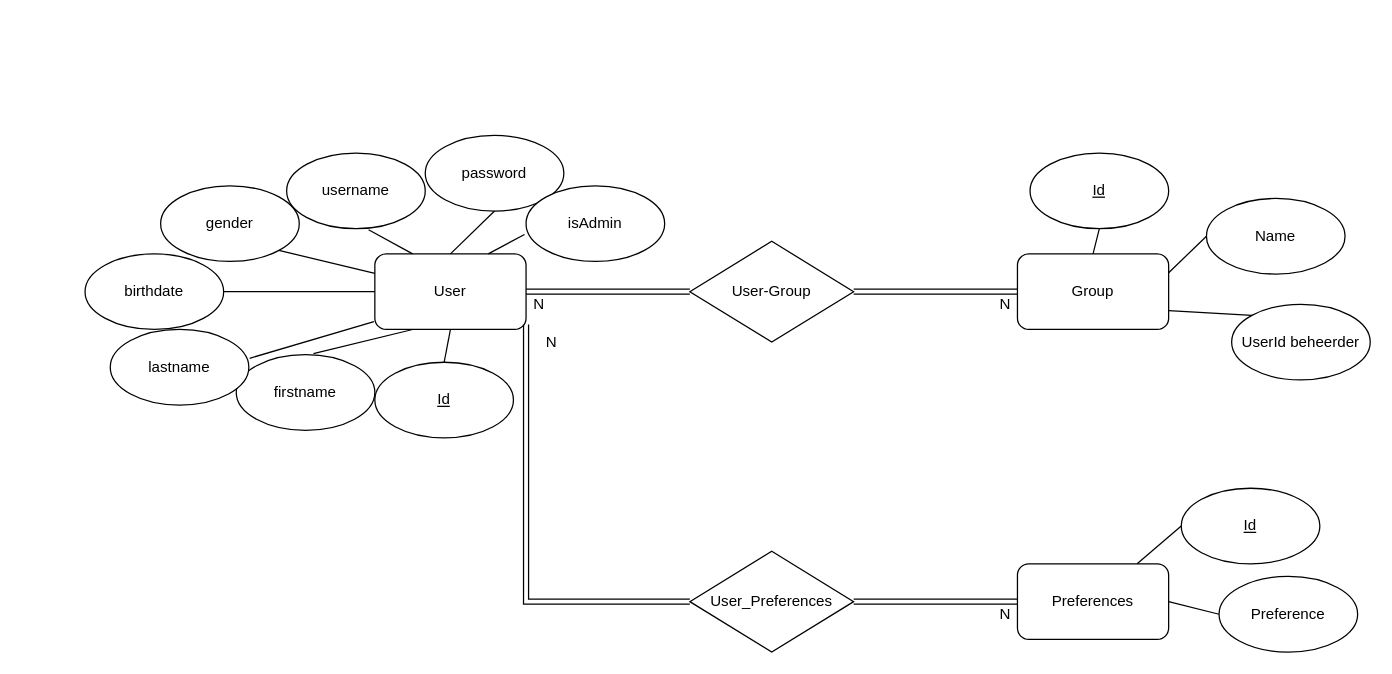
This is GiftTracker-databasediagram.drawio from Brentdpw/GiftTracker, a draw.io file, before an edit. Source tidied: cells renumbered, new cells numbered last; positions are measured from the earlier drawing's top-left corner, leaving out a move shared by most shapes. Both pictures are drawn from the tidied source at 126%, with x=0, y=0 at pixel (84, 135).
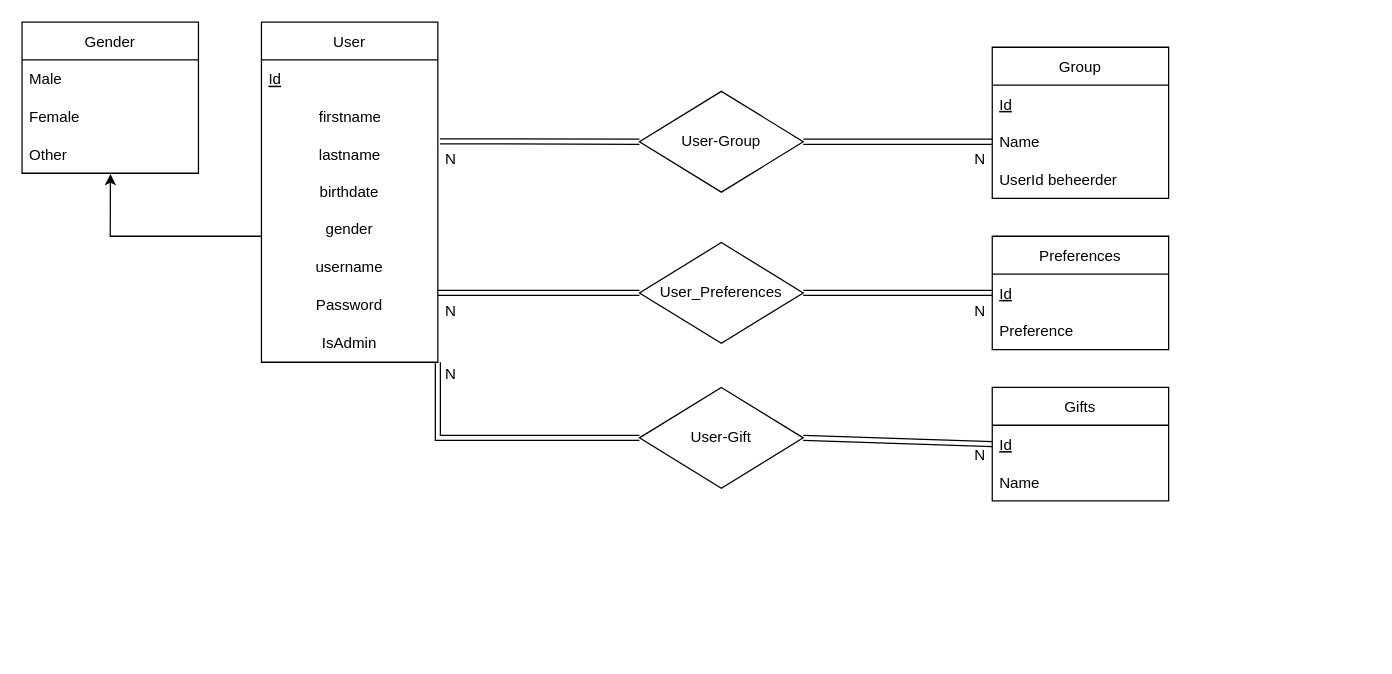
After the change.

The edit, as a diff of the source:
```diff
@@
+    <mxCell id="17" style="endArrow=none;html=1;rounded=0;strokeColor=default;shape=link;entryX=0;entryY=0.5;entryDx=0;entryDy=0;exitX=0.083;exitY=-0.217;exitDx=0;exitDy=0;exitPerimeter=0;" parent="1" edge="1" source="18" target="19">
+      <mxGeometry relative="1" as="geometry" />
+    </mxCell>
+    <mxCell id="18" value="N" style="text;html=1;align=center;verticalAlign=middle;points=[];strokeColor=none;fillColor=none;" parent="1" vertex="1">
+      <mxGeometry x="280" y="9" width="20" height="20" as="geometry" />
+    </mxCell>
+    <mxCell id="19" value="User-Group" style="rhombus;whiteSpace=wrap;html=1;" parent="1" vertex="1">
+      <mxGeometry x="440" y="-35" width="130" height="80" as="geometry" />
+    </mxCell>
+    <mxCell id="21" style="endArrow=none;html=1;rounded=0;strokeColor=default;shape=link;entryX=0;entryY=0.5;entryDx=0;entryDy=0;exitX=1;exitY=0.5;exitDx=0;exitDy=0;" parent="1" edge="1" source="19" target="50">
+      <mxGeometry relative="1" as="geometry" />
+    </mxCell>
+    <mxCell id="22" value="N" style="text;html=1;align=center;verticalAlign=middle;strokeColor=none;fillColor=none;" parent="1" vertex="1">
+      <mxGeometry x="700" y="9" width="20" height="20" as="geometry" />
+    </mxCell>
+    <mxCell id="29" value="User_Preferences" style="rhombus;whiteSpace=wrap;html=1;" parent="1" vertex="1">
+      <mxGeometry x="440" y="85" width="130" height="80" as="geometry" />
+    </mxCell>
+    <mxCell id="31" value="N" style="text;html=1;align=center;verticalAlign=middle;strokeColor=none;fillColor=none;" parent="1" vertex="1">
+      <mxGeometry x="280" y="130" width="20" height="20" as="geometry" />
+    </mxCell>
+    <mxCell id="33" style="endArrow=none;html=1;rounded=0;strokeColor=default;shape=link;entryX=0;entryY=0.5;entryDx=0;entryDy=0;exitX=1;exitY=0.5;exitDx=0;exitDy=0;" parent="1" edge="1" source="29" target="51">
+      <mxGeometry relative="1" as="geometry" />
+    </mxCell>
+    <mxCell id="34" value="N" style="text;html=1;align=center;verticalAlign=middle;strokeColor=none;fillColor=none;" parent="1" vertex="1">
+      <mxGeometry x="700" y="130" width="20" height="20" as="geometry" />
+    </mxCell>
-    <mxCell id="2" value="User" style="rounded=1;whiteSpace=wrap;html=1;" parent="1" vertex="1">
-      <mxGeometry x="230" y="94" width="120" height="60" as="geometry" />
+    <mxCell id="2" value="User" style="swimlane;fontStyle=0;horizontal=1;startSize=30;" parent="1" vertex="1">
+      <mxGeometry x="140" y="-90" width="140" height="270" as="geometry" />
     </mxCell>
-    <mxCell id="3" value="&lt;u&gt;Id&lt;/u&gt;" style="ellipse;whiteSpace=wrap;html=1;" parent="1" vertex="1">
-      <mxGeometry x="230" y="180" width="110" height="60" as="geometry" />
-    </mxCell>
-    <mxCell id="4" style="endArrow=none;html=1;rounded=0;strokeColor=default;entryX=0.5;entryY=1;entryDx=0;entryDy=0;exitX=0.5;exitY=0;exitDx=0;exitDy=0;" parent="1" edge="1" source="3" target="2">
-      <mxGeometry relative="1" as="geometry" />
-    </mxCell>
+    <mxCell id="41" value="Id" style="text;strokeColor=none;fillColor=none;align=left;verticalAlign=middle;spacingLeft=4;spacingRight=4;overflow=hidden;fontStyle=4;" parent="2" vertex="1">
+      <mxGeometry y="30" width="140" height="30" as="geometry" />
+    </mxCell>
-    <mxCell id="5" value="firstname" style="ellipse;whiteSpace=wrap;html=1;" parent="1" vertex="1">
-      <mxGeometry x="120" y="174" width="110" height="60" as="geometry" />
+    <mxCell id="5" value="            firstname" style="text;strokeColor=none;fillColor=none;align=left;verticalAlign=middle;spacingLeft=4;spacingRight=4;overflow=hidden;points=[[0,0.5],[1,0.5]];portConstraint=eastwest;" parent="2" vertex="1">
+      <mxGeometry y="60" width="140" height="30" as="geometry" />
     </mxCell>
-    <mxCell id="6" value="lastname" style="ellipse;whiteSpace=wrap;html=1;" parent="1" vertex="1">
-      <mxGeometry x="20" y="154" width="110" height="60" as="geometry" />
+    <mxCell id="6" value="            lastname" style="text;strokeColor=none;fillColor=none;align=left;verticalAlign=middle;spacingLeft=4;spacingRight=4;overflow=hidden;points=[[0,0.5],[1,0.5]];portConstraint=eastwest;" parent="2" vertex="1">
+      <mxGeometry y="90" width="140" height="30" as="geometry" />
     </mxCell>
-    <mxCell id="7" value="birthdate" style="ellipse;whiteSpace=wrap;html=1;" parent="1" vertex="1">
-      <mxGeometry y="94" width="110" height="60" as="geometry" />
+    <mxCell id="7" value="birthdate" style="text;html=1;strokeColor=none;fillColor=none;align=center;verticalAlign=middle;whiteSpace=wrap;rounded=0;" parent="2" vertex="1">
+      <mxGeometry y="120" width="140" height="30" as="geometry" />
     </mxCell>
-    <mxCell id="8" value="gender" style="ellipse;whiteSpace=wrap;html=1;" parent="1" vertex="1">
-      <mxGeometry x="60" y="40" width="110" height="60" as="geometry" />
+    <mxCell id="8" value="gender" style="text;html=1;strokeColor=none;fillColor=none;align=center;verticalAlign=middle;whiteSpace=wrap;rounded=0;" parent="2" vertex="1">
+      <mxGeometry y="150" width="140" height="30" as="geometry" />
     </mxCell>
-    <mxCell id="9" value="username" style="ellipse;whiteSpace=wrap;html=1;" parent="1" vertex="1">
-      <mxGeometry x="160" y="14" width="110" height="60" as="geometry" />
+    <mxCell id="9" value="username" style="text;html=1;strokeColor=none;fillColor=none;align=center;verticalAlign=middle;whiteSpace=wrap;rounded=0;" parent="2" vertex="1">
+      <mxGeometry y="180" width="140" height="30" as="geometry" />
     </mxCell>
-    <mxCell id="10" value="password" style="ellipse;whiteSpace=wrap;html=1;" parent="1" vertex="1">
-      <mxGeometry x="270" width="110" height="60" as="geometry" />
-    </mxCell>
-    <mxCell id="11" style="endArrow=none;html=1;rounded=0;strokeColor=default;exitX=0.557;exitY=-0.014;exitDx=0;exitDy=0;exitPerimeter=0;entryX=0.25;entryY=1;entryDx=0;entryDy=0;" parent="1" edge="1" source="5" target="2">
-      <mxGeometry relative="1" as="geometry" />
-    </mxCell>
-    <mxCell id="12" style="endArrow=none;html=1;rounded=0;strokeColor=default;entryX=-0.006;entryY=0.895;entryDx=0;entryDy=0;entryPerimeter=0;exitX=1.006;exitY=0.381;exitDx=0;exitDy=0;exitPerimeter=0;" parent="1" edge="1" source="6" target="2">
-      <mxGeometry relative="1" as="geometry" />
-    </mxCell>
-    <mxCell id="13" style="endArrow=none;html=1;rounded=0;strokeColor=default;exitX=1;exitY=0.5;exitDx=0;exitDy=0;entryX=0;entryY=0.5;entryDx=0;entryDy=0;" parent="1" edge="1" source="7" target="2">
-      <mxGeometry relative="1" as="geometry" />
-    </mxCell>
-    <mxCell id="14" style="endArrow=none;html=1;rounded=0;strokeColor=default;entryX=1;entryY=1;entryDx=0;entryDy=0;" parent="1" edge="1" source="2" target="8">
-      <mxGeometry relative="1" as="geometry" />
-    </mxCell>
-    <mxCell id="15" style="endArrow=none;html=1;rounded=0;strokeColor=default;entryX=0.591;entryY=1.014;entryDx=0;entryDy=0;entryPerimeter=0;exitX=0.25;exitY=0;exitDx=0;exitDy=0;" parent="1" edge="1" source="2" target="9">
-      <mxGeometry relative="1" as="geometry" />
-    </mxCell>
-    <mxCell id="16" style="endArrow=none;html=1;rounded=0;strokeColor=default;entryX=0.5;entryY=1;entryDx=0;entryDy=0;exitX=0.5;exitY=0;exitDx=0;exitDy=0;" parent="1" edge="1" source="2" target="10">
-      <mxGeometry relative="1" as="geometry" />
-    </mxCell>
-    <mxCell id="17" style="endArrow=none;html=1;rounded=0;strokeColor=default;shape=link;entryX=0;entryY=0.5;entryDx=0;entryDy=0;" parent="1" edge="1" source="2" target="19">
-      <mxGeometry relative="1" as="geometry" />
-    </mxCell>
-    <mxCell id="18" value="N" style="text;html=1;align=center;verticalAlign=middle;points=[];strokeColor=none;fillColor=none;" parent="1" vertex="1">
-      <mxGeometry x="350" y="124" width="20" height="20" as="geometry" />
-    </mxCell>
-    <mxCell id="19" value="User-Group" style="rhombus;whiteSpace=wrap;html=1;" parent="1" vertex="1">
-      <mxGeometry x="480" y="84" width="130" height="80" as="geometry" />
-    </mxCell>
+    <mxCell id="42" value="Password" style="text;html=1;strokeColor=none;fillColor=none;align=center;verticalAlign=middle;whiteSpace=wrap;rounded=0;" parent="2" vertex="1">
+      <mxGeometry y="210" width="140" height="30" as="geometry" />
+    </mxCell>
+    <mxCell id="43" value="IsAdmin" style="text;html=1;strokeColor=none;fillColor=none;align=center;verticalAlign=middle;whiteSpace=wrap;rounded=0;" parent="2" vertex="1">
+      <mxGeometry y="240" width="140" height="30" as="geometry" />
+    </mxCell>
+    <mxCell id="44" value="Gender" style="swimlane;fontStyle=0;horizontal=1;startSize=30;" parent="1" vertex="1">
+      <mxGeometry x="-50" y="-90" width="140" height="120" as="geometry" />
+    </mxCell>
+    <mxCell id="45" value="Male" style="text;strokeColor=none;fillColor=none;align=left;verticalAlign=middle;spacingLeft=4;spacingRight=4;overflow=hidden;" parent="44" vertex="1">
+      <mxGeometry y="30" width="140" height="30" as="geometry" />
+    </mxCell>
+    <mxCell id="46" value="Female" style="text;strokeColor=none;fillColor=none;align=left;verticalAlign=middle;spacingLeft=4;spacingRight=4;overflow=hidden;" parent="44" vertex="1">
+      <mxGeometry y="60" width="140" height="30" as="geometry" />
+    </mxCell>
+    <mxCell id="47" value="Other" style="text;strokeColor=none;fillColor=none;align=left;verticalAlign=middle;spacingLeft=4;spacingRight=4;overflow=hidden;points=[[0,0.5],[1,0.5]];portConstraint=eastwest;" parent="44" vertex="1">
+      <mxGeometry y="90" width="140" height="30" as="geometry" />
+    </mxCell>
+    <mxCell id="48" style="endArrow=classic;html=1;rounded=0;entryX=0.501;entryY=1.019;entryDx=0;entryDy=0;entryPerimeter=0;" parent="1" edge="1" target="47">
+      <mxGeometry relative="1" as="geometry">
+        <mxPoint x="140" y="80" as="sourcePoint" />
+        <Array as="points">
+          <mxPoint x="20" y="80" />
+        </Array>
+      </mxGeometry>
+    </mxCell>
-    <mxCell id="20" value="Group" style="rounded=1;whiteSpace=wrap;html=1;" parent="1" vertex="1">
-      <mxGeometry x="740" y="94" width="120" height="60" as="geometry" />
+    <mxCell id="20" value="Group" style="swimlane;fontStyle=0;horizontal=1;startSize=30;" parent="1" vertex="1">
+      <mxGeometry x="720" y="-70" width="140" height="120" as="geometry" />
     </mxCell>
-    <mxCell id="21" style="endArrow=none;html=1;rounded=0;strokeColor=default;shape=link;entryX=0;entryY=0.5;entryDx=0;entryDy=0;" parent="1" edge="1" source="19" target="20">
-      <mxGeometry relative="1" as="geometry" />
-    </mxCell>
-    <mxCell id="22" value="N" style="text;html=1;align=center;verticalAlign=middle;strokeColor=none;fillColor=none;" parent="1" vertex="1">
-      <mxGeometry x="720" y="124" width="20" height="20" as="geometry" />
-    </mxCell>
-    <mxCell id="23" value="Name" style="ellipse;whiteSpace=wrap;html=1;" parent="1" vertex="1">
-      <mxGeometry x="890" y="50" width="110" height="60" as="geometry" />
-    </mxCell>
-    <mxCell id="24" value="&lt;u&gt;Id&lt;/u&gt;" style="ellipse;whiteSpace=wrap;html=1;" parent="1" vertex="1">
-      <mxGeometry x="750" y="14" width="110" height="60" as="geometry" />
-    </mxCell>
+    <mxCell id="49" value="Id" style="text;strokeColor=none;fillColor=none;align=left;verticalAlign=middle;spacingLeft=4;spacingRight=4;overflow=hidden;fontStyle=4;" parent="20" vertex="1">
+      <mxGeometry y="30" width="140" height="30" as="geometry" />
+    </mxCell>
+    <mxCell id="50" value="Name" style="text;strokeColor=none;fillColor=none;align=left;verticalAlign=middle;spacingLeft=4;spacingRight=4;overflow=hidden;points=[[0,0.5],[1,0.5]];portConstraint=eastwest;" parent="20" vertex="1">
+      <mxGeometry y="60" width="140" height="30" as="geometry" />
+    </mxCell>
-    <mxCell id="25" value="UserId beheerder" style="ellipse;whiteSpace=wrap;html=1;" parent="1" vertex="1">
-      <mxGeometry x="910" y="134" width="110" height="60" as="geometry" />
+    <mxCell id="25" value="UserId beheerder" style="text;strokeColor=none;fillColor=none;align=left;verticalAlign=middle;spacingLeft=4;spacingRight=4;overflow=hidden;points=[[0,0.5],[1,0.5]];portConstraint=eastwest;" parent="20" vertex="1">
+      <mxGeometry y="90" width="140" height="30" as="geometry" />
     </mxCell>
-    <mxCell id="26" style="endArrow=none;html=1;rounded=0;strokeColor=default;entryX=0.5;entryY=1;entryDx=0;entryDy=0;exitX=0.5;exitY=0;exitDx=0;exitDy=0;" parent="1" edge="1" source="20" target="24">
-      <mxGeometry relative="1" as="geometry" />
-    </mxCell>
-    <mxCell id="27" style="endArrow=none;html=1;rounded=0;strokeColor=default;entryX=1;entryY=0.25;entryDx=0;entryDy=0;exitX=0;exitY=0.5;exitDx=0;exitDy=0;" parent="1" edge="1" source="23" target="20">
-      <mxGeometry relative="1" as="geometry" />
-    </mxCell>
-    <mxCell id="28" style="endArrow=none;html=1;rounded=0;strokeColor=default;entryX=0;entryY=0;entryDx=0;entryDy=0;exitX=1;exitY=0.75;exitDx=0;exitDy=0;" parent="1" edge="1" source="20" target="25">
-      <mxGeometry relative="1" as="geometry" />
-    </mxCell>
-    <mxCell id="29" value="User_Preferences" style="rhombus;whiteSpace=wrap;html=1;" parent="1" vertex="1">
-      <mxGeometry x="480" y="330" width="130" height="80" as="geometry" />
-    </mxCell>
-    <mxCell id="30" style="endArrow=none;html=1;rounded=0;strokeColor=default;shape=link;exitX=0;exitY=0.5;exitDx=0;exitDy=0;" parent="1" edge="1" source="29">
-      <mxGeometry relative="1" as="geometry">
-        <mxPoint x="350" y="150" as="targetPoint" />
-        <Array as="points">
-          <mxPoint x="350" y="370" />
-        </Array>
-      </mxGeometry>
-    </mxCell>
-    <mxCell id="31" value="N" style="text;html=1;align=center;verticalAlign=middle;strokeColor=none;fillColor=none;" parent="1" vertex="1">
-      <mxGeometry x="360" y="154" width="20" height="20" as="geometry" />
-    </mxCell>
-    <mxCell id="32" value="Preferences" style="rounded=1;whiteSpace=wrap;html=1;" parent="1" vertex="1">
-      <mxGeometry x="740" y="340" width="120" height="60" as="geometry" />
+    <mxCell id="32" value="Preferences" style="swimlane;fontStyle=0;horizontal=1;startSize=30;" parent="1" vertex="1">
+      <mxGeometry x="720" y="80" width="140" height="90" as="geometry" />
     </mxCell>
-    <mxCell id="33" style="endArrow=none;html=1;rounded=0;strokeColor=default;shape=link;entryX=0;entryY=0.5;entryDx=0;entryDy=0;" parent="1" edge="1" source="29" target="32">
-      <mxGeometry relative="1" as="geometry" />
-    </mxCell>
-    <mxCell id="34" value="N" style="text;html=1;align=center;verticalAlign=middle;strokeColor=none;fillColor=none;" parent="1" vertex="1">
-      <mxGeometry x="720" y="370" width="20" height="20" as="geometry" />
-    </mxCell>
-    <mxCell id="35" value="&lt;u&gt;Id&lt;/u&gt;" style="ellipse;whiteSpace=wrap;html=1;" parent="1" vertex="1">
-      <mxGeometry x="870" y="280" width="110" height="60" as="geometry" />
-    </mxCell>
-    <mxCell id="36" style="endArrow=none;html=1;rounded=0;strokeColor=default;entryX=0;entryY=0.5;entryDx=0;entryDy=0;" parent="1" edge="1" source="32" target="35">
-      <mxGeometry relative="1" as="geometry" />
-    </mxCell>
+    <mxCell id="51" value="Id" style="text;strokeColor=none;fillColor=none;align=left;verticalAlign=middle;spacingLeft=4;spacingRight=4;overflow=hidden;points=[[0,0.5],[1,0.5]];portConstraint=eastwest;fontStyle=4;" parent="32" vertex="1">
+      <mxGeometry y="30" width="140" height="30" as="geometry" />
+    </mxCell>
-    <mxCell id="37" value="Preference" style="ellipse;whiteSpace=wrap;html=1;" parent="1" vertex="1">
-      <mxGeometry x="900" y="350" width="110" height="60" as="geometry" />
+    <mxCell id="37" value="Preference" style="text;strokeColor=none;fillColor=none;align=left;verticalAlign=middle;spacingLeft=4;spacingRight=4;overflow=hidden;points=[[0,0.5],[1,0.5]];portConstraint=eastwest;" parent="32" vertex="1">
+      <mxGeometry y="60" width="140" height="30" as="geometry" />
     </mxCell>
-    <mxCell id="38" style="endArrow=none;html=1;rounded=0;strokeColor=default;entryX=0;entryY=0.5;entryDx=0;entryDy=0;exitX=1;exitY=0.5;exitDx=0;exitDy=0;" parent="1" edge="1" source="32" target="37">
-      <mxGeometry relative="1" as="geometry" />
-    </mxCell>
-    <mxCell id="39" value="isAdmin" style="ellipse;whiteSpace=wrap;html=1;" parent="1" vertex="1">
-      <mxGeometry x="350" y="40" width="110" height="60" as="geometry" />
-    </mxCell>
-    <mxCell id="40" style="endArrow=none;html=1;rounded=0;strokeColor=default;entryX=-0.011;entryY=0.643;entryDx=0;entryDy=0;entryPerimeter=0;exitX=0.75;exitY=0;exitDx=0;exitDy=0;" parent="1" edge="1" source="2" target="39">
-      <mxGeometry relative="1" as="geometry" />
-    </mxCell>
+    <mxCell id="52" style="endArrow=none;html=1;rounded=0;shape=link;entryX=0;entryY=0.5;entryDx=0;entryDy=0;" parent="1" edge="1" target="29">
+      <mxGeometry relative="1" as="geometry">
+        <mxPoint x="280" y="125" as="sourcePoint" />
+      </mxGeometry>
+    </mxCell>
+    <mxCell id="53" style="endArrow=none;html=1;rounded=0;strokeColor=default;shape=link;entryX=0;entryY=0.5;entryDx=0;entryDy=0;exitX=1;exitY=1;exitDx=0;exitDy=0;" parent="1" edge="1" source="43" target="54">
+      <mxGeometry relative="1" as="geometry">
+        <Array as="points">
+          <mxPoint x="280" y="240" />
+        </Array>
+      </mxGeometry>
+    </mxCell>
+    <mxCell id="54" value="User-Gift" style="rhombus;whiteSpace=wrap;html=1;" parent="1" vertex="1">
+      <mxGeometry x="440" y="200" width="130" height="80" as="geometry" />
+    </mxCell>
+    <mxCell id="55" style="endArrow=none;html=1;rounded=0;strokeColor=default;shape=link;entryX=0;entryY=0.5;entryDx=0;entryDy=0;exitX=1;exitY=0.5;exitDx=0;exitDy=0;" parent="1" edge="1" source="54" target="58">
+      <mxGeometry relative="1" as="geometry" />
+    </mxCell>
+    <mxCell id="56" value="N" style="text;html=1;align=center;verticalAlign=middle;strokeColor=none;fillColor=none;" parent="1" vertex="1">
+      <mxGeometry x="700" y="244" width="20" height="20" as="geometry" />
+    </mxCell>
+    <mxCell id="57" value="Gifts" style="swimlane;fontStyle=0;horizontal=1;startSize=30;" parent="1" vertex="1">
+      <mxGeometry x="720" y="200" width="140" height="90" as="geometry" />
+    </mxCell>
+    <mxCell id="58" value="Id" style="text;strokeColor=none;fillColor=none;align=left;verticalAlign=middle;spacingLeft=4;spacingRight=4;overflow=hidden;points=[[0,0.5],[1,0.5]];portConstraint=eastwest;fontStyle=4;" parent="57" vertex="1">
+      <mxGeometry y="30" width="140" height="30" as="geometry" />
+    </mxCell>
+    <mxCell id="59" value="Name" style="text;strokeColor=none;fillColor=none;align=left;verticalAlign=middle;spacingLeft=4;spacingRight=4;overflow=hidden;" parent="57" vertex="1">
+      <mxGeometry y="60" width="140" height="30" as="geometry" />
+    </mxCell>
+    <mxCell id="60" value="N" style="text;html=1;align=center;verticalAlign=middle;strokeColor=none;fillColor=none;" parent="1" vertex="1">
+      <mxGeometry x="280" y="180" width="20" height="20" as="geometry" />
+    </mxCell>
```
